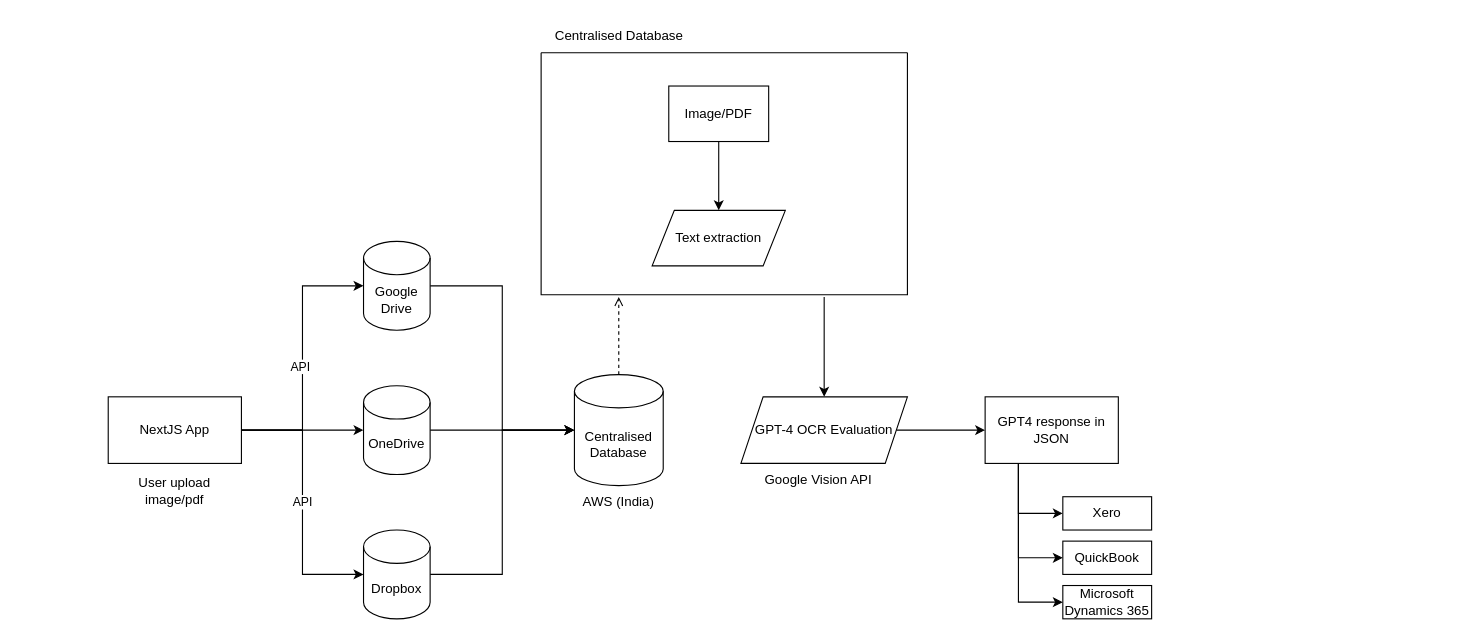
This is Simple Arch Design.drawio from RohaizadSolutino/test-github, a draw.io file, before an edit. Source tidied: cells renumbered, new cells numbered last; positions are measured from the earlier drawing's top-left corner, leaving out a move shared by most shapes. Both pictures are drawn from the tidied source at 111%, with x=0, y=0 at pixel (108, 19).
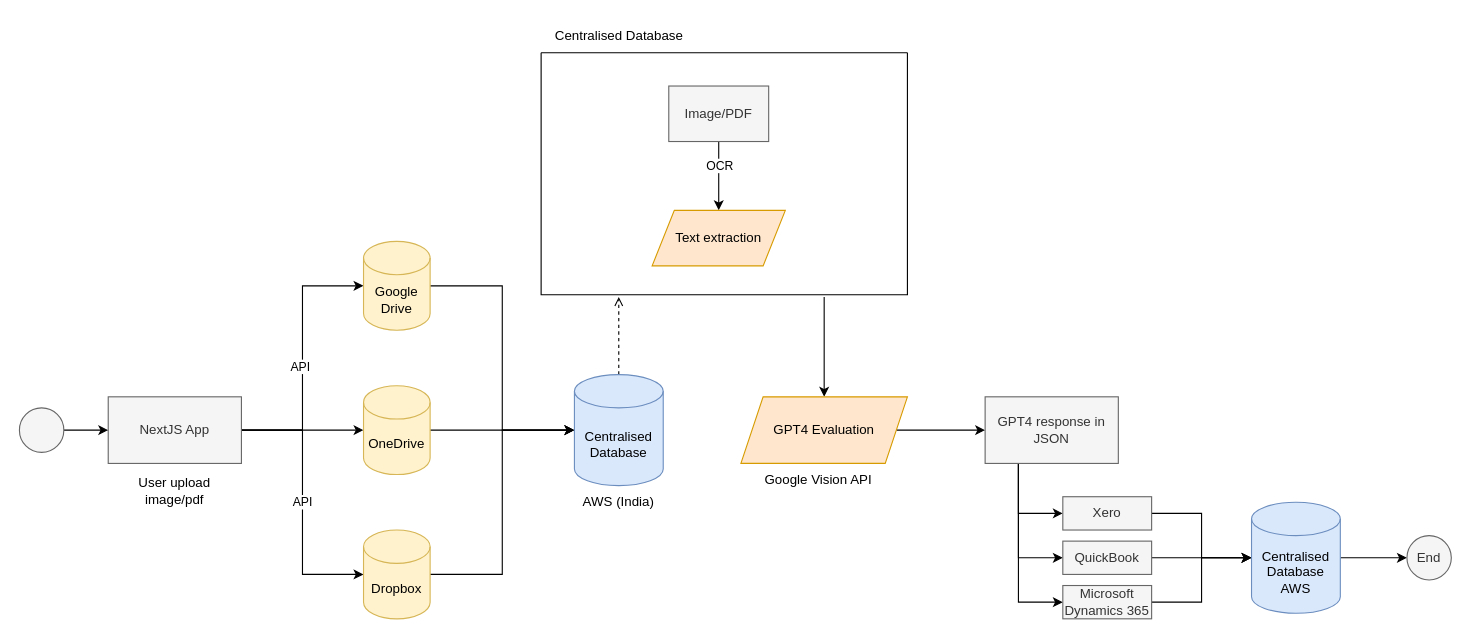
The same diagram, later.

The change refers to these unchanged cells:
```xml
<mxCell id="16" style="swimlane;startSize=0;" parent="1" vertex="1">
  <mxGeometry x="390" y="30" width="330" height="218" as="geometry" />
</mxCell>
<mxCell id="17" style="edgeStyle=orthogonalEdgeStyle;rounded=0;jettySize=auto;html=1;exitX=0.5;exitY=1;exitDx=0;exitDy=0;entryX=0.5;entryY=0;entryDx=0;entryDy=0;" parent="16" edge="1" source="18" target="19">
  <mxGeometry relative="1" as="geometry" />
</mxCell>
```

Diff of the diagram source:
```diff
@@
-    <mxCell id="6" value="NextJS App" style="rounded=0;whiteSpace=wrap;html=1;" parent="1" vertex="1">
+    <mxCell id="6" value="NextJS App" style="rounded=0;whiteSpace=wrap;html=1;fillColor=#f5f5f5;strokeColor=#666666;fontColor=#333333;" parent="1" vertex="1">
       <mxGeometry y="340" width="120" height="60" as="geometry" />
     </mxCell>
@@
-    <mxCell id="8" value="Google&lt;br&gt;Drive" style="shape=cylinder3;whiteSpace=wrap;html=1;boundedLbl=1;backgroundOutline=1;size=15;" parent="1" vertex="1">
+    <mxCell id="8" value="Google&lt;br&gt;Drive" style="shape=cylinder3;whiteSpace=wrap;html=1;boundedLbl=1;backgroundOutline=1;size=15;fillColor=#fff2cc;strokeColor=#d6b656;" parent="1" vertex="1">
       <mxGeometry x="230" y="200" width="60" height="80" as="geometry" />
     </mxCell>
@@
-    <mxCell id="10" value="OneDrive" style="shape=cylinder3;whiteSpace=wrap;html=1;boundedLbl=1;backgroundOutline=1;size=15;" parent="1" vertex="1">
+    <mxCell id="10" value="OneDrive" style="shape=cylinder3;whiteSpace=wrap;html=1;boundedLbl=1;backgroundOutline=1;size=15;fillColor=#fff2cc;strokeColor=#d6b656;" parent="1" vertex="1">
       <mxGeometry x="230" y="330" width="60" height="80" as="geometry" />
     </mxCell>
@@
-    <mxCell id="12" value="Dropbox" style="shape=cylinder3;whiteSpace=wrap;html=1;boundedLbl=1;backgroundOutline=1;size=15;" parent="1" vertex="1">
+    <mxCell id="12" value="Dropbox" style="shape=cylinder3;whiteSpace=wrap;html=1;boundedLbl=1;backgroundOutline=1;size=15;fillColor=#fff2cc;strokeColor=#d6b656;" parent="1" vertex="1">
       <mxGeometry x="230" y="460" width="60" height="80" as="geometry" />
     </mxCell>
@@
-    <mxCell id="14" value="Centralised&lt;br&gt;Database" style="shape=cylinder3;whiteSpace=wrap;html=1;boundedLbl=1;backgroundOutline=1;size=15;" parent="1" vertex="1">
+    <mxCell id="14" value="Centralised&lt;br&gt;Database" style="shape=cylinder3;whiteSpace=wrap;html=1;boundedLbl=1;backgroundOutline=1;size=15;fillColor=#dae8fc;strokeColor=#6c8ebf;" parent="1" vertex="1">
       <mxGeometry x="420" y="320" width="80" height="100" as="geometry" />
     </mxCell>
@@
+    <mxCell id="33" value="OCR" style="edgeLabel;html=1;align=center;verticalAlign=middle;" parent="17" vertex="1">
+      <mxGeometry x="-0.31" relative="1" as="geometry" />
+    </mxCell>
-    <mxCell id="18" value="Image/PDF" style="rounded=0;whiteSpace=wrap;html=1;" parent="16" vertex="1">
+    <mxCell id="18" value="Image/PDF" style="rounded=0;whiteSpace=wrap;html=1;fillColor=#f5f5f5;fontColor=#333333;strokeColor=#666666;" parent="16" vertex="1">
       <mxGeometry x="115" y="30" width="90" height="50" as="geometry" />
     </mxCell>
-    <mxCell id="19" value="Text extraction" style="shape=parallelogram;perimeter=parallelogramPerimeter;whiteSpace=wrap;html=1;fixedSize=1;" parent="16" vertex="1">
+    <mxCell id="19" value="Text extraction" style="shape=parallelogram;perimeter=parallelogramPerimeter;whiteSpace=wrap;html=1;fixedSize=1;fillColor=#ffe6cc;strokeColor=#d79b00;" parent="16" vertex="1">
       <mxGeometry x="100" y="142" width="120" height="50" as="geometry" />
     </mxCell>
@@
-    <mxCell id="24" value="GPT-4 OCR Evaluation" style="shape=parallelogram;perimeter=parallelogramPerimeter;whiteSpace=wrap;html=1;fixedSize=1;" parent="1" vertex="1">
+    <mxCell id="24" value="GPT4 Evaluation" style="shape=parallelogram;perimeter=parallelogramPerimeter;whiteSpace=wrap;html=1;fixedSize=1;fillColor=#ffe6cc;strokeColor=#d79b00;" parent="1" vertex="1">
       <mxGeometry x="570" y="340" width="150" height="60" as="geometry" />
     </mxCell>
@@
-    <mxCell id="29" value="GPT4 response in JSON" style="rounded=0;whiteSpace=wrap;html=1;" parent="1" vertex="1">
+    <mxCell id="29" value="GPT4 response in JSON" style="rounded=0;whiteSpace=wrap;html=1;fillColor=#f5f5f5;fontColor=#333333;strokeColor=#666666;" parent="1" vertex="1">
       <mxGeometry x="790" y="340" width="120" height="60" as="geometry" />
     </mxCell>
+    <mxCell id="34" style="edgeStyle=orthogonalEdgeStyle;rounded=0;jettySize=auto;html=1;" parent="1" edge="1" source="30" target="40">
+      <mxGeometry relative="1" as="geometry" />
+    </mxCell>
-    <mxCell id="30" value="Xero" style="rounded=0;whiteSpace=wrap;html=1;" parent="1" vertex="1">
+    <mxCell id="30" value="Xero" style="rounded=0;whiteSpace=wrap;html=1;fillColor=#f5f5f5;fontColor=#333333;strokeColor=#666666;" parent="1" vertex="1">
       <mxGeometry x="860" y="430" width="80" height="30" as="geometry" />
     </mxCell>
+    <mxCell id="35" style="edgeStyle=orthogonalEdgeStyle;rounded=0;jettySize=auto;html=1;" parent="1" edge="1" source="31" target="40">
+      <mxGeometry relative="1" as="geometry" />
+    </mxCell>
-    <mxCell id="31" value="QuickBook" style="rounded=0;whiteSpace=wrap;html=1;" parent="1" vertex="1">
+    <mxCell id="31" value="QuickBook" style="rounded=0;whiteSpace=wrap;html=1;fillColor=#f5f5f5;fontColor=#333333;strokeColor=#666666;" parent="1" vertex="1">
       <mxGeometry x="860" y="470" width="80" height="30" as="geometry" />
     </mxCell>
+    <mxCell id="36" style="edgeStyle=orthogonalEdgeStyle;rounded=0;jettySize=auto;html=1;" parent="1" edge="1" source="32" target="40">
+      <mxGeometry relative="1" as="geometry" />
+    </mxCell>
-    <mxCell id="32" value="Microsoft Dynamics 365" style="rounded=0;whiteSpace=wrap;html=1;" parent="1" vertex="1">
+    <mxCell id="32" value="Microsoft Dynamics 365" style="rounded=0;whiteSpace=wrap;html=1;fillColor=#f5f5f5;fontColor=#333333;strokeColor=#666666;" parent="1" vertex="1">
       <mxGeometry x="860" y="510" width="80" height="30" as="geometry" />
     </mxCell>
+    <mxCell id="37" style="edgeStyle=orthogonalEdgeStyle;rounded=0;jettySize=auto;html=1;exitX=1;exitY=0.5;exitDx=0;exitDy=0;entryX=0;entryY=0.5;entryDx=0;entryDy=0;" parent="1" edge="1" source="38" target="6">
+      <mxGeometry relative="1" as="geometry" />
+    </mxCell>
+    <mxCell id="38" style="ellipse;whiteSpace=wrap;html=1;fillColor=#f5f5f5;fontColor=#333333;strokeColor=#666666;" parent="1" vertex="1">
+      <mxGeometry x="-80" y="350" width="40" height="40" as="geometry" />
+    </mxCell>
+    <mxCell id="39" style="edgeStyle=orthogonalEdgeStyle;rounded=0;jettySize=auto;html=1;exitX=1;exitY=0.5;exitDx=0;exitDy=0;exitPerimeter=0;" parent="1" edge="1" source="40" target="41">
+      <mxGeometry relative="1" as="geometry" />
+    </mxCell>
+    <mxCell id="40" value="Centralised&lt;br&gt;Database AWS" style="shape=cylinder3;whiteSpace=wrap;html=1;boundedLbl=1;backgroundOutline=1;size=15;fillColor=#dae8fc;strokeColor=#6c8ebf;" parent="1" vertex="1">
+      <mxGeometry x="1030" y="435" width="80" height="100" as="geometry" />
+    </mxCell>
+    <mxCell id="41" value="End" style="ellipse;whiteSpace=wrap;html=1;fillColor=#f5f5f5;fontColor=#333333;strokeColor=#666666;" parent="1" vertex="1">
+      <mxGeometry x="1170" y="465" width="40" height="40" as="geometry" />
+    </mxCell>
```
